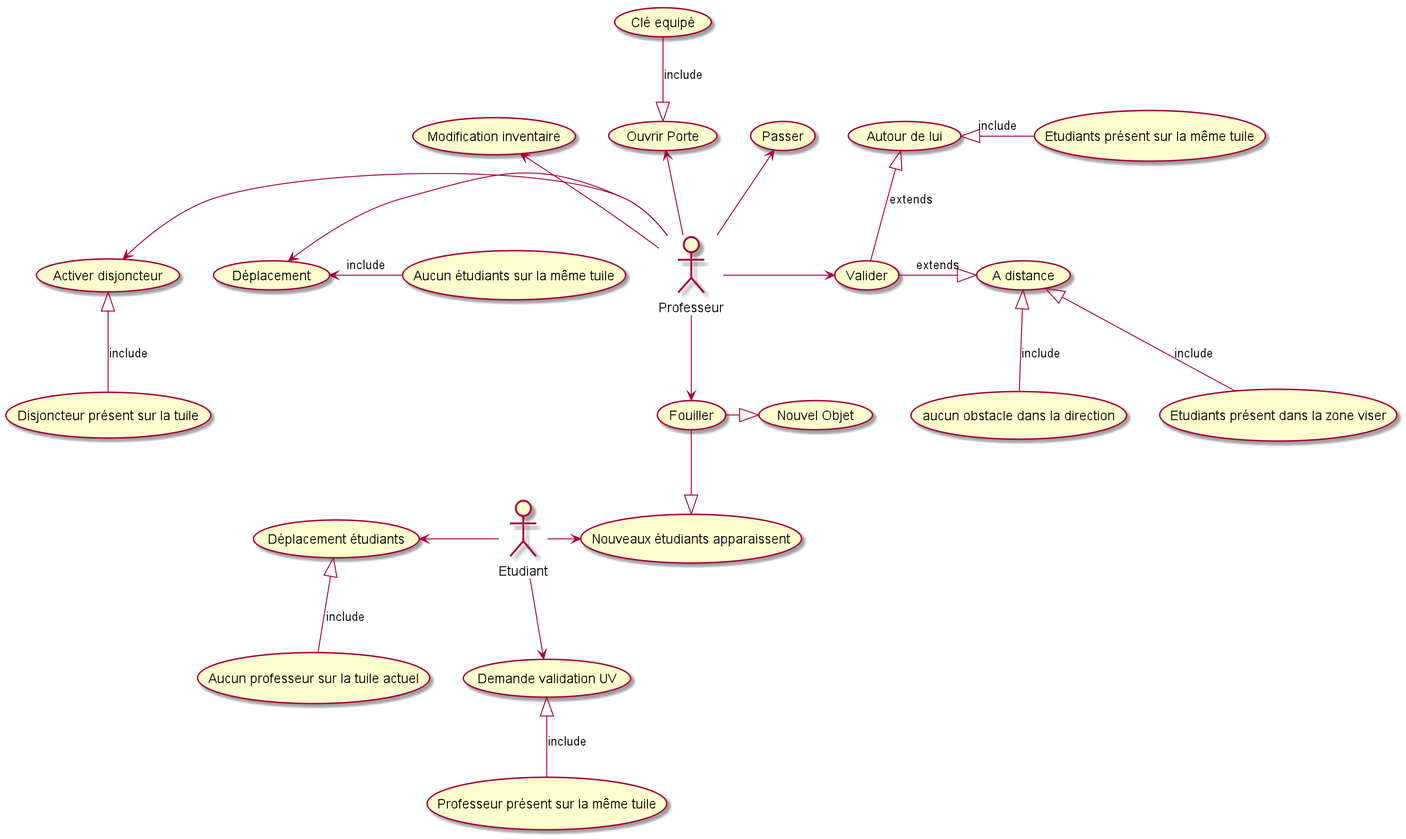
Above: Diag_UseCase.png in Erathriel/Projet_LO43 (PlantUML), before the change.
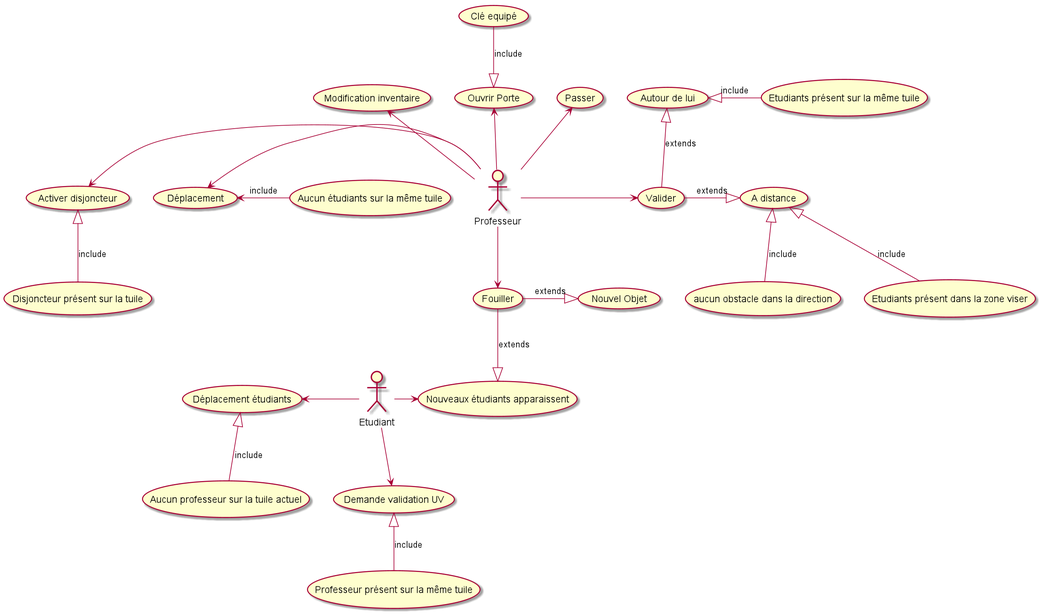
After the commit.

Commit message:
Menu Fait manque plus que les images et les action listener pour les Button

Change to the diagram source:
```diff
@@ -11,8 +11,8 @@
 (A distance) <|-- (aucun obstacle dans la direction) :include
 (A distance) <|-- (Etudiants présent dans la zone viser) :include
 Prof --> (Fouiller)
-(Fouiller) -right-|> (Nouvel Objet)
-(Fouiller) --|> (Nouveaux étudiants apparaissent)
+(Fouiller) -right-|> (Nouvel Objet) : extends
+(Fouiller) --|> (Nouveaux étudiants apparaissent) :extends
 Prof -up-> (Ouvrir Porte)
 (Ouvrir Porte) <|-up- (Clé equipé) :include
 Prof -up-> (Modification inventaire)
```
